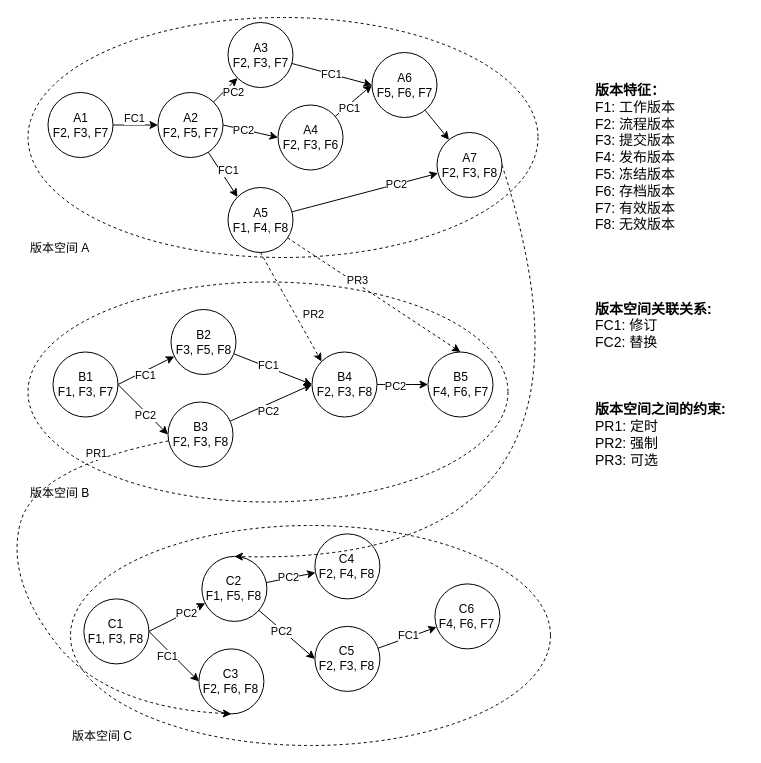
Earlier version of the draw.io diagram page "Page-6" (6 of 6) of BOM/多视图BOM管理模型.drawio (littlelittlemoon/DiagramsRepository). Source tidied: cells renumbered, new cells numbered last; positions are measured from the earlier drawing's top-left corner, leaving out a move shared by most shapes. Both pictures are drawn from the tidied source at 100%, with x=0, y=0 at pixel (5, 17).
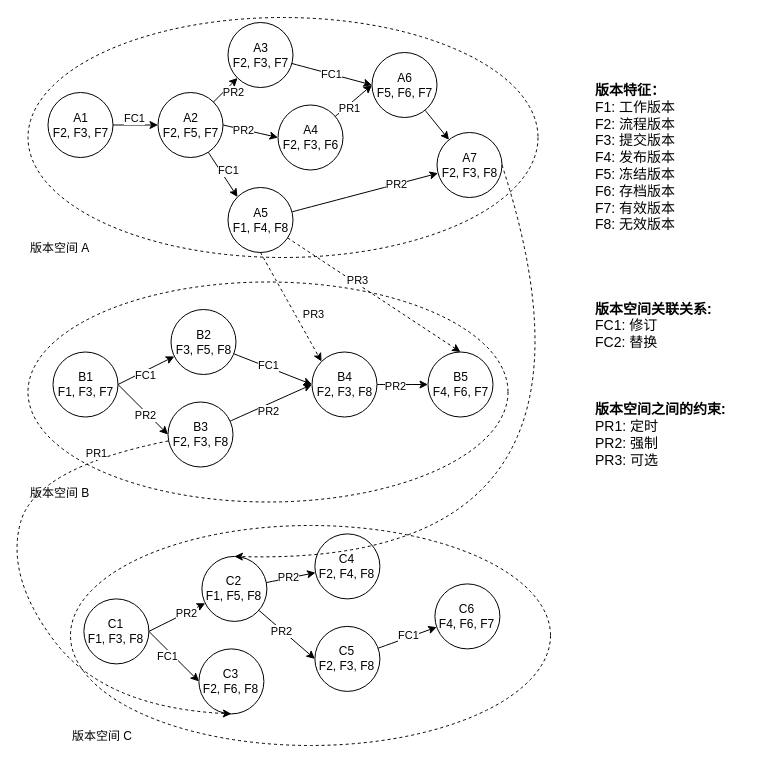
After the change.

Unchanged cells that the change refers to:
```xml
<mxCell id="6" style="edgeStyle=none;curved=1;jettySize=auto;html=1;endArrow=classic;endFill=1;strokeColor=#000000;" parent="1" edge="1" source="13" target="15">
  <mxGeometry relative="1" as="geometry" />
</mxCell>
<mxCell id="8" style="edgeStyle=none;curved=1;jettySize=auto;html=1;exitX=1;exitY=0.5;exitDx=0;exitDy=0;entryX=0;entryY=0.5;entryDx=0;entryDy=0;endArrow=classic;endFill=1;strokeColor=#000000;" parent="1" edge="1" source="13" target="18">
  <mxGeometry relative="1" as="geometry" />
</mxCell>
<mxCell id="16" style="edgeStyle=none;curved=1;jettySize=auto;html=1;entryX=0;entryY=0.5;entryDx=0;entryDy=0;endArrow=classic;endFill=1;strokeColor=#000000;" parent="1" edge="1" source="18" target="27">
  <mxGeometry relative="1" as="geometry" />
</mxCell>
<mxCell id="19" style="edgeStyle=none;curved=1;jettySize=auto;html=1;endArrow=classic;endFill=1;strokeColor=#000000;" parent="1" edge="1" source="25" target="29">
  <mxGeometry relative="1" as="geometry" />
</mxCell>
<mxCell id="21" style="edgeStyle=none;curved=1;jettySize=auto;html=1;exitX=0.5;exitY=1;exitDx=0;exitDy=0;entryX=0;entryY=0;entryDx=0;entryDy=0;dashed=1;endArrow=classic;endFill=1;strokeColor=#000000;" parent="1" edge="1" source="25" target="45">
  <mxGeometry relative="1" as="geometry" />
</mxCell>
<mxCell id="32" style="edgeStyle=none;curved=1;jettySize=auto;html=1;exitX=1;exitY=0.5;exitDx=0;exitDy=0;entryX=0;entryY=0.5;entryDx=0;entryDy=0;endArrow=classic;endFill=1;strokeColor=#000000;" parent="1" edge="1" source="34" target="42">
  <mxGeometry relative="1" as="geometry" />
</mxCell>
<mxCell id="38" style="edgeStyle=none;curved=1;jettySize=auto;html=1;entryX=0;entryY=0.5;entryDx=0;entryDy=0;endArrow=classic;endFill=1;strokeColor=#000000;" parent="1" edge="1" source="42" target="45">
  <mxGeometry relative="1" as="geometry" />
</mxCell>
<mxCell id="43" style="edgeStyle=none;curved=1;jettySize=auto;html=1;endArrow=classic;endFill=1;strokeColor=#000000;" parent="1" edge="1" source="45" target="46">
  <mxGeometry relative="1" as="geometry" />
</mxCell>
<mxCell id="48" style="edgeStyle=none;curved=1;jettySize=auto;html=1;endArrow=classic;endFill=1;strokeColor=#000000;exitX=1;exitY=0.5;exitDx=0;exitDy=0;" parent="1" edge="1" source="52" target="57">
  <mxGeometry relative="1" as="geometry" />
</mxCell>
<mxCell id="53" style="edgeStyle=none;curved=1;jettySize=auto;html=1;entryX=0;entryY=0.5;entryDx=0;entryDy=0;endArrow=classic;endFill=1;strokeColor=#000000;" parent="1" edge="1" source="57" target="61">
  <mxGeometry relative="1" as="geometry" />
</mxCell>
<mxCell id="55" style="edgeStyle=none;curved=1;jettySize=auto;html=1;endArrow=classic;endFill=1;strokeColor=#000000;" parent="1" edge="1" source="57" target="63">
  <mxGeometry relative="1" as="geometry" />
</mxCell>
```

Diff of the diagram source:
```diff
@@
-    <mxCell id="7" value="PC2" style="edgeLabel;html=1;align=center;verticalAlign=middle;" parent="6" vertex="1">
+    <mxCell id="7" value="PR2" style="edgeLabel;html=1;align=center;verticalAlign=middle;" parent="6" vertex="1">
       <mxGeometry x="0.63" y="-1" relative="1" as="geometry">
         <mxPoint x="-1" y="9" as="offset" />
       </mxGeometry>
     </mxCell>
@@
-    <mxCell id="9" value="PC2" style="edgeLabel;html=1;align=center;verticalAlign=middle;" parent="8" vertex="1">
+    <mxCell id="9" value="PR2" style="edgeLabel;html=1;align=center;verticalAlign=middle;" parent="8" vertex="1">
       <mxGeometry x="-0.26" relative="1" as="geometry" />
     </mxCell>
@@
-    <mxCell id="17" value="PC1" style="edgeLabel;html=1;align=center;verticalAlign=middle;" parent="16" vertex="1">
+    <mxCell id="17" value="PR1" style="edgeLabel;html=1;align=center;verticalAlign=middle;" parent="16" vertex="1">
       <mxGeometry x="-0.35" y="-2" relative="1" as="geometry" />
     </mxCell>
@@
-    <mxCell id="20" value="PC2" style="edgeLabel;html=1;align=center;verticalAlign=middle;" parent="19" vertex="1">
+    <mxCell id="20" value="PR2" style="edgeLabel;html=1;align=center;verticalAlign=middle;" parent="19" vertex="1">
       <mxGeometry x="0.42" y="-1" relative="1" as="geometry">
         <mxPoint y="-1" as="offset" />
       </mxGeometry>
     </mxCell>
@@
-    <mxCell id="22" value="PR2" style="edgeLabel;html=1;align=center;verticalAlign=middle;" parent="21" vertex="1">
+    <mxCell id="22" value="PR3" style="edgeLabel;html=1;align=center;verticalAlign=middle;" parent="21" vertex="1">
       <mxGeometry x="0.23" y="-1" relative="1" as="geometry">
         <mxPoint x="16" y="-6" as="offset" />
       </mxGeometry>
     </mxCell>
@@
-    <mxCell id="33" value="PC2" style="edgeLabel;html=1;align=center;verticalAlign=middle;" parent="32" vertex="1">
+    <mxCell id="33" value="PR2" style="edgeLabel;html=1;align=center;verticalAlign=middle;" parent="32" vertex="1">
       <mxGeometry x="0.42" y="-3" relative="1" as="geometry">
         <mxPoint x="-6" y="-7" as="offset" />
       </mxGeometry>
     </mxCell>
@@
-    <mxCell id="39" value="PC2" style="edgeLabel;html=1;align=center;verticalAlign=middle;" parent="38" vertex="1">
+    <mxCell id="39" value="PR2" style="edgeLabel;html=1;align=center;verticalAlign=middle;" parent="38" vertex="1">
       <mxGeometry x="-0.46" relative="1" as="geometry">
         <mxPoint x="16" as="offset" />
       </mxGeometry>
     </mxCell>
@@
-    <mxCell id="44" value="PC2" style="edgeLabel;html=1;align=center;verticalAlign=middle;" parent="43" vertex="1">
+    <mxCell id="44" value="PR2" style="edgeLabel;html=1;align=center;verticalAlign=middle;" parent="43" vertex="1">
       <mxGeometry x="-0.3" y="-1" relative="1" as="geometry" />
     </mxCell>
@@
-    <mxCell id="49" value="PC2" style="edgeLabel;html=1;align=center;verticalAlign=middle;" parent="48" vertex="1">
+    <mxCell id="49" value="PR2" style="edgeLabel;html=1;align=center;verticalAlign=middle;" parent="48" vertex="1">
       <mxGeometry x="0.29" relative="1" as="geometry" />
     </mxCell>
@@
-    <mxCell id="54" value="PC2" style="edgeLabel;html=1;align=center;verticalAlign=middle;" parent="53" vertex="1">
+    <mxCell id="54" value="PR2" style="edgeLabel;html=1;align=center;verticalAlign=middle;" parent="53" vertex="1">
       <mxGeometry x="-0.2" y="-1" relative="1" as="geometry" />
     </mxCell>
@@
-    <mxCell id="56" value="PC2" style="edgeLabel;html=1;align=center;verticalAlign=middle;" parent="55" vertex="1">
+    <mxCell id="56" value="PR2" style="edgeLabel;html=1;align=center;verticalAlign=middle;" parent="55" vertex="1">
       <mxGeometry x="-0.45" relative="1" as="geometry">
         <mxPoint x="8" y="-3" as="offset" />
       </mxGeometry>
     </mxCell>
```
